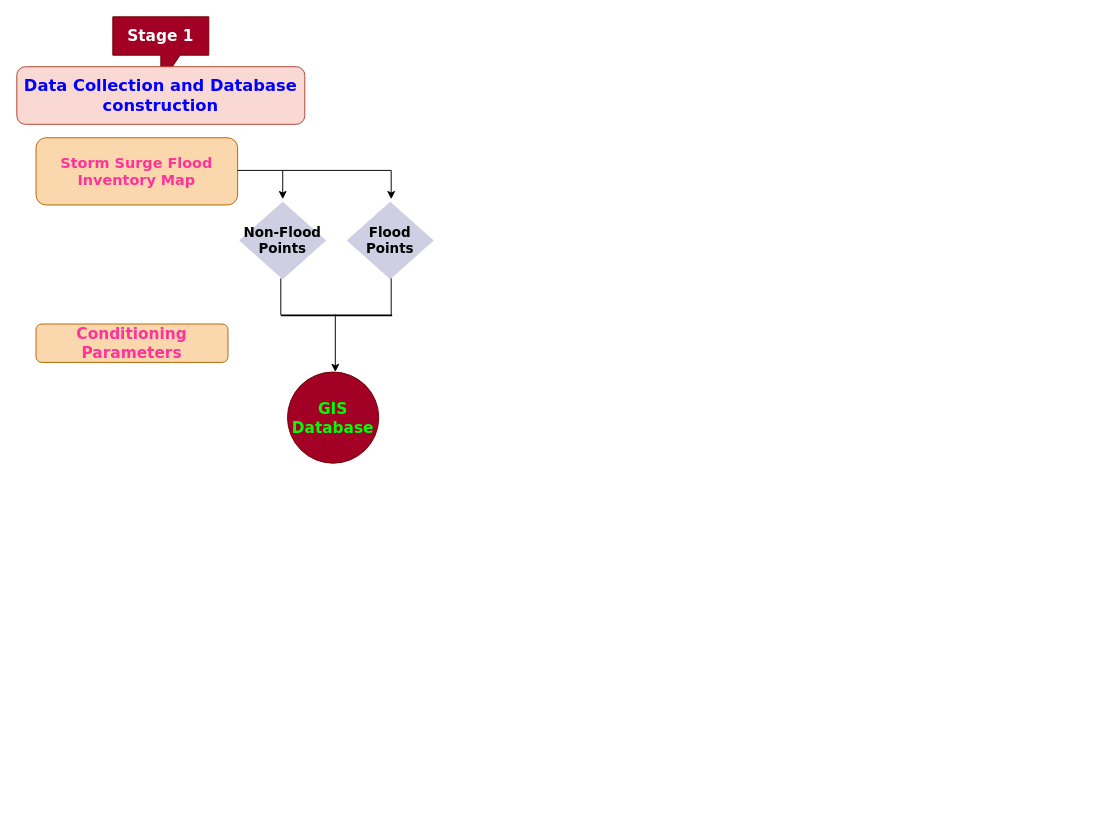
Before: Susceptibility Diagram.drawio in Daawarb/Daawarb, a draw.io diagram. Source tidied: cells renumbered, new cells numbered last; positions are measured from the earlier drawing's top-left corner, leaving out a move shared by most shapes. Both pictures are drawn from the tidied source at 96%, with x=0, y=0 at pixel (16, 16). Pictures stored in the file or linked from it are replaced by grey dashed boxes.
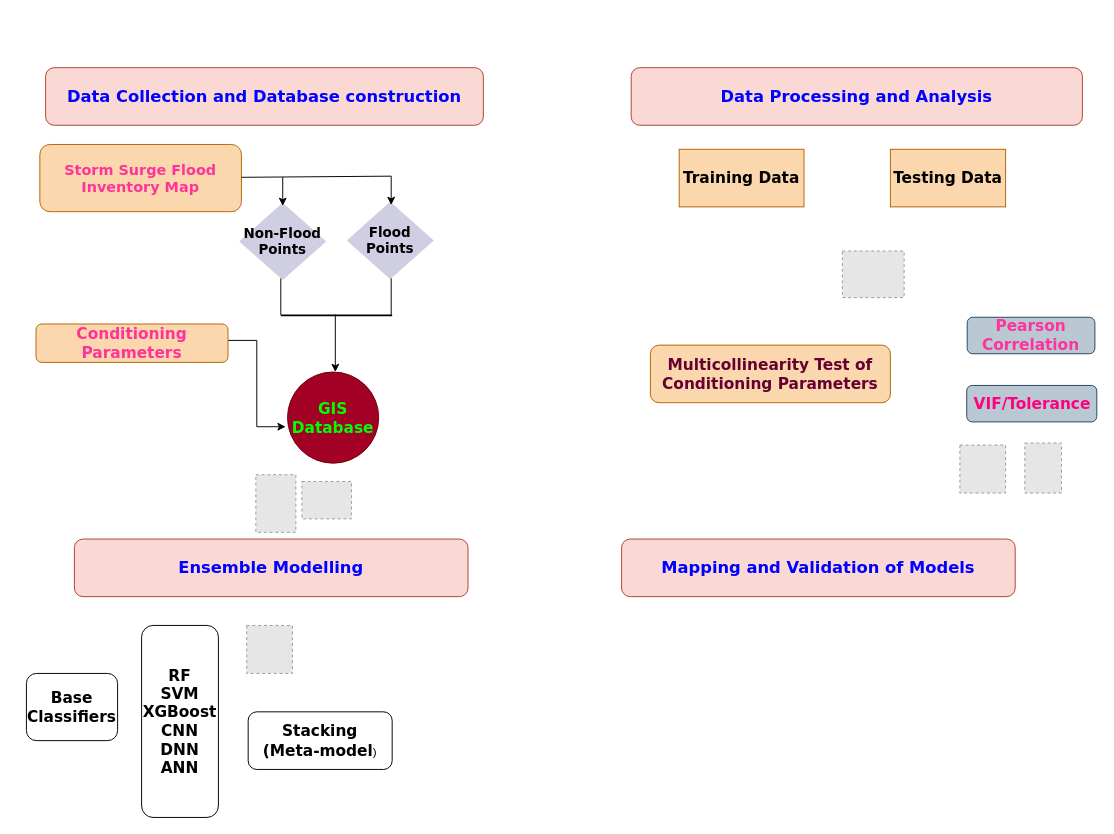
The same diagram, later.

What changed in the source:
```diff
@@
-    <mxCell id="2" value="&lt;font face=&quot;Verdana&quot; style=&quot;font-size: 16px;&quot;&gt;&lt;b style=&quot;&quot;&gt;Stage 1&lt;/b&gt;&lt;/font&gt;" style="shape=callout;whiteSpace=wrap;html=1;perimeter=calloutPerimeter;fillColor=#a20025;strokeColor=#6F0000;fontColor=#ffffff;" parent="1" vertex="1">
-      <mxGeometry x="100" width="100" height="70" as="geometry" />
-    </mxCell>
     <mxCell id="3" value="&lt;font face=&quot;Verdana&quot; style=&quot;font-size: 17px; color: rgb(0, 0, 255);&quot;&gt;&lt;b&gt;Data Collection and Database construction&lt;/b&gt;&lt;/font&gt;" style="rounded=1;whiteSpace=wrap;html=1;fillColor=#fad9d5;strokeColor=#ae4132;" parent="1" vertex="1">
-      <mxGeometry y="52" width="300" height="60" as="geometry" />
+      <mxGeometry x="30" y="53" width="456" height="60" as="geometry" />
     </mxCell>
     <mxCell id="4" value="&lt;font face=&quot;Verdana&quot; style=&quot;font-size: 15px; color: rgb(255, 51, 153);&quot;&gt;&lt;b&gt;Storm Surge Flood Inventory Map&lt;/b&gt;&lt;/font&gt;" style="rounded=1;whiteSpace=wrap;html=1;fillColor=#fad7ac;strokeColor=#b46504;" parent="1" vertex="1">
-      <mxGeometry x="20" y="126" width="210" height="70" as="geometry" />
+      <mxGeometry x="24" y="133" width="210" height="70" as="geometry" />
     </mxCell>
     <mxCell id="5" value="&lt;font face=&quot;Verdana&quot; style=&quot;font-size: 14px;&quot;&gt;&lt;b&gt;Non-Flood Points&lt;/b&gt;&lt;/font&gt;" style="rhombus;whiteSpace=wrap;html=1;dashed=1;dashPattern=1 4;strokeWidth=0;fillColor=#d0cee2;strokeColor=#56517e;" parent="1" vertex="1">
-      <mxGeometry x="232" y="193" width="90" height="80" as="geometry" />
+      <mxGeometry x="232" y="194" width="90" height="80" as="geometry" />
     </mxCell>
@@
+    <mxCell id="15" style="edgeStyle=orthogonalEdgeStyle;rounded=0;orthogonalLoop=1;jettySize=auto;html=1;" parent="1" edge="1">
+      <mxGeometry relative="1" as="geometry">
+        <mxPoint x="220" y="337.1" as="sourcePoint" />
+        <mxPoint x="280" y="427" as="targetPoint" />
+        <Array as="points">
+          <mxPoint x="250" y="337" />
+          <mxPoint x="250" y="427" />
+        </Array>
+      </mxGeometry>
+    </mxCell>
@@
-    <mxCell id="9" style="endArrow=none;html=1;rounded=0;" parent="1" edge="1">
+    <mxCell id="9" style="endArrow=none;html=1;rounded=0;" parent="1" edge="1" source="4">
       <mxGeometry relative="1" as="geometry">
-        <mxPoint x="230" y="160" as="sourcePoint" />
-        <mxPoint x="390" y="160" as="targetPoint" />
+        <mxPoint x="390" y="166" as="targetPoint" />
       </mxGeometry>
     </mxCell>
     <mxCell id="10" style="endArrow=classic;html=1;rounded=0;" parent="1" edge="1">
       <mxGeometry relative="1" as="geometry">
-        <mxPoint x="390" y="160" as="sourcePoint" />
-        <mxPoint x="390" y="190" as="targetPoint" />
+        <mxPoint x="390" y="166" as="sourcePoint" />
+        <mxPoint x="390" y="196" as="targetPoint" />
       </mxGeometry>
     </mxCell>
     <mxCell id="11" style="endArrow=classic;html=1;rounded=0;" parent="1" edge="1">
       <mxGeometry relative="1" as="geometry">
-        <mxPoint x="277" y="160" as="sourcePoint" />
-        <mxPoint x="277" y="190" as="targetPoint" />
+        <mxPoint x="277" y="167" as="sourcePoint" />
+        <mxPoint x="277" y="197" as="targetPoint" />
       </mxGeometry>
     </mxCell>
@@
+    <mxCell id="16" value="&lt;font face=&quot;Verdana&quot; color=&quot;#0000ff&quot;&gt;&lt;span style=&quot;font-size: 17px;&quot;&gt;&lt;b&gt;Data Processing and Analysis&lt;/b&gt;&lt;/span&gt;&lt;/font&gt;" style="rounded=1;whiteSpace=wrap;html=1;fillColor=#fad9d5;strokeColor=#ae4132;" parent="1" vertex="1">
+      <mxGeometry x="640" y="53" width="470" height="60" as="geometry" />
+    </mxCell>
+    <mxCell id="17" style="fillColor=#E6E6E6;strokeColor=#999999;dashed=1;verticalLabelPosition=bottom;labelBackgroundColor=default;verticalAlign=top;" parent="1" vertex="1">
+      <mxGeometry x="249" y="477" width="41.7" height="60" as="geometry" />
+    </mxCell>
+    <mxCell id="18" style="fillColor=#E6E6E6;strokeColor=#999999;dashed=1;verticalLabelPosition=bottom;labelBackgroundColor=default;verticalAlign=top;" parent="1" vertex="1">
+      <mxGeometry x="297" y="484" width="51.7" height="39" as="geometry" />
+    </mxCell>
+    <mxCell id="19" style="fillColor=#E6E6E6;strokeColor=#999999;dashed=1;verticalLabelPosition=bottom;labelBackgroundColor=default;verticalAlign=top;" parent="1" vertex="1">
+      <mxGeometry x="860" y="244" width="64.3" height="48.5" as="geometry" />
+    </mxCell>
+    <mxCell id="20" value="&lt;font face=&quot;Verdana&quot; style=&quot;font-size: 16px;&quot;&gt;&lt;b&gt;Training Data&lt;/b&gt;&lt;/font&gt;" style="rounded=0;whiteSpace=wrap;html=1;fillColor=#fad7ac;strokeColor=#b46504;" parent="1" vertex="1">
+      <mxGeometry x="690" y="138" width="130" height="60" as="geometry" />
+    </mxCell>
+    <mxCell id="21" value="&lt;b style=&quot;font-family: Verdana; font-size: 16px;&quot;&gt;Testing Data&lt;/b&gt;" style="rounded=0;whiteSpace=wrap;html=1;fillColor=#fad7ac;strokeColor=#b46504;" parent="1" vertex="1">
+      <mxGeometry x="910" y="138" width="120" height="60" as="geometry" />
+    </mxCell>
+    <mxCell id="22" value="&lt;font face=&quot;Verdana&quot; style=&quot;font-size: 16px; color: rgb(102, 0, 51);&quot;&gt;&lt;b style=&quot;&quot;&gt;Multicollinearity Test of Conditioning Parameters&lt;/b&gt;&lt;/font&gt;" style="rounded=1;whiteSpace=wrap;html=1;fillColor=#fad7ac;strokeColor=#b46504;" parent="1" vertex="1">
+      <mxGeometry x="660" y="342" width="250" height="60" as="geometry" />
+    </mxCell>
+    <mxCell id="23" value="&lt;font face=&quot;Verdana&quot; style=&quot;font-size: 16px; color: rgb(255, 51, 153);&quot;&gt;&lt;b&gt;Pearson Correlation&lt;/b&gt;&lt;/font&gt;" style="rounded=1;whiteSpace=wrap;html=1;strokeColor=#23445d;fillColor=#bac8d3;" parent="1" vertex="1">
+      <mxGeometry x="990" y="313" width="133" height="38" as="geometry" />
+    </mxCell>
+    <mxCell id="24" value="&lt;font face=&quot;Verdana&quot; color=&quot;#ff0080&quot;&gt;&lt;b style=&quot;font-size: 16px;&quot;&gt;VIF/&lt;/b&gt;&lt;span style=&quot;font-size: 16px;&quot;&gt;&lt;b&gt;Tolerance&lt;/b&gt;&lt;/span&gt;&lt;/font&gt;" style="rounded=1;whiteSpace=wrap;html=1;strokeColor=#23445d;fillColor=#bac8d3;" parent="1" vertex="1">
+      <mxGeometry x="989.5" y="384" width="135.5" height="38" as="geometry" />
+    </mxCell>
+    <mxCell id="25" value="&lt;font face=&quot;Verdana&quot; color=&quot;#0000ff&quot;&gt;&lt;span style=&quot;font-size: 17px;&quot;&gt;&lt;b&gt;Ensemble Modelling&lt;/b&gt;&lt;/span&gt;&lt;/font&gt;" style="rounded=1;whiteSpace=wrap;html=1;fillColor=#fad9d5;strokeColor=#ae4132;" parent="1" vertex="1">
+      <mxGeometry x="60" y="544" width="410" height="60" as="geometry" />
+    </mxCell>
+    <mxCell id="26" style="fillColor=#E6E6E6;strokeColor=#999999;dashed=1;verticalLabelPosition=bottom;labelBackgroundColor=default;verticalAlign=top;" parent="1" vertex="1">
+      <mxGeometry x="239.5" y="634" width="47.6" height="50" as="geometry" />
+    </mxCell>
+    <mxCell id="27" style="fillColor=#E6E6E6;strokeColor=#999999;dashed=1;verticalLabelPosition=bottom;labelBackgroundColor=default;verticalAlign=top;" parent="1" vertex="1">
+      <mxGeometry x="1050" y="444" width="38.2" height="52.1" as="geometry" />
+    </mxCell>
+    <mxCell id="28" style="fillColor=#E6E6E6;strokeColor=#999999;dashed=1;verticalLabelPosition=bottom;labelBackgroundColor=default;verticalAlign=top;" parent="1" vertex="1">
+      <mxGeometry x="982.4" y="446.1" width="47.6" height="50" as="geometry" />
+    </mxCell>
+    <mxCell id="29" value="&lt;font face=&quot;Verdana&quot; style=&quot;font-size: 16px;&quot;&gt;&lt;b&gt;Base Classifiers&lt;/b&gt;&lt;/font&gt;" style="rounded=1;whiteSpace=wrap;html=1;" parent="1" vertex="1">
+      <mxGeometry x="10" y="684" width="95" height="70" as="geometry" />
+    </mxCell>
+    <mxCell id="30" value="&lt;font face=&quot;Verdana&quot; style=&quot;font-size: 16px;&quot;&gt;&lt;b&gt;RF&lt;/b&gt;&lt;/font&gt;&lt;div&gt;&lt;font face=&quot;Verdana&quot; style=&quot;font-size: 16px;&quot;&gt;&lt;b&gt;SVM&lt;/b&gt;&lt;/font&gt;&lt;/div&gt;&lt;div&gt;&lt;font face=&quot;Verdana&quot; style=&quot;font-size: 16px;&quot;&gt;&lt;b&gt;XGBoost&lt;/b&gt;&lt;/font&gt;&lt;/div&gt;&lt;div&gt;&lt;font face=&quot;Verdana&quot; style=&quot;font-size: 16px;&quot;&gt;&lt;b&gt;CNN&lt;/b&gt;&lt;/font&gt;&lt;/div&gt;&lt;div&gt;&lt;font face=&quot;Verdana&quot; style=&quot;font-size: 16px;&quot;&gt;&lt;b&gt;DNN&lt;/b&gt;&lt;/font&gt;&lt;/div&gt;&lt;div&gt;&lt;font face=&quot;Verdana&quot; style=&quot;font-size: 16px;&quot;&gt;&lt;b&gt;ANN&lt;/b&gt;&lt;/font&gt;&lt;/div&gt;" style="rounded=1;whiteSpace=wrap;html=1;" parent="1" vertex="1">
+      <mxGeometry x="130" y="634" width="80" height="200" as="geometry" />
+    </mxCell>
+    <mxCell id="31" value="&lt;font face=&quot;Verdana&quot; style=&quot;font-size: 16px;&quot;&gt;&lt;b&gt;Stacking&lt;/b&gt;&lt;/font&gt;&lt;div&gt;&lt;font face=&quot;Verdana&quot; style=&quot;font-size: 16px;&quot;&gt;&lt;b&gt;(Meta-model&lt;/b&gt;&lt;/font&gt;)&lt;/div&gt;" style="rounded=1;whiteSpace=wrap;html=1;" parent="1" vertex="1">
+      <mxGeometry x="241" y="724" width="150" height="60" as="geometry" />
+    </mxCell>
+    <mxCell id="32" value="&lt;font face=&quot;Verdana&quot; color=&quot;#0000ff&quot;&gt;&lt;span style=&quot;font-size: 17px;&quot;&gt;&lt;b&gt;Mapping and Validation of Models&lt;/b&gt;&lt;/span&gt;&lt;/font&gt;" style="rounded=1;whiteSpace=wrap;html=1;fillColor=#fad9d5;strokeColor=#ae4132;" parent="1" vertex="1">
+      <mxGeometry x="630" y="544" width="410" height="60" as="geometry" />
+    </mxCell>
```
